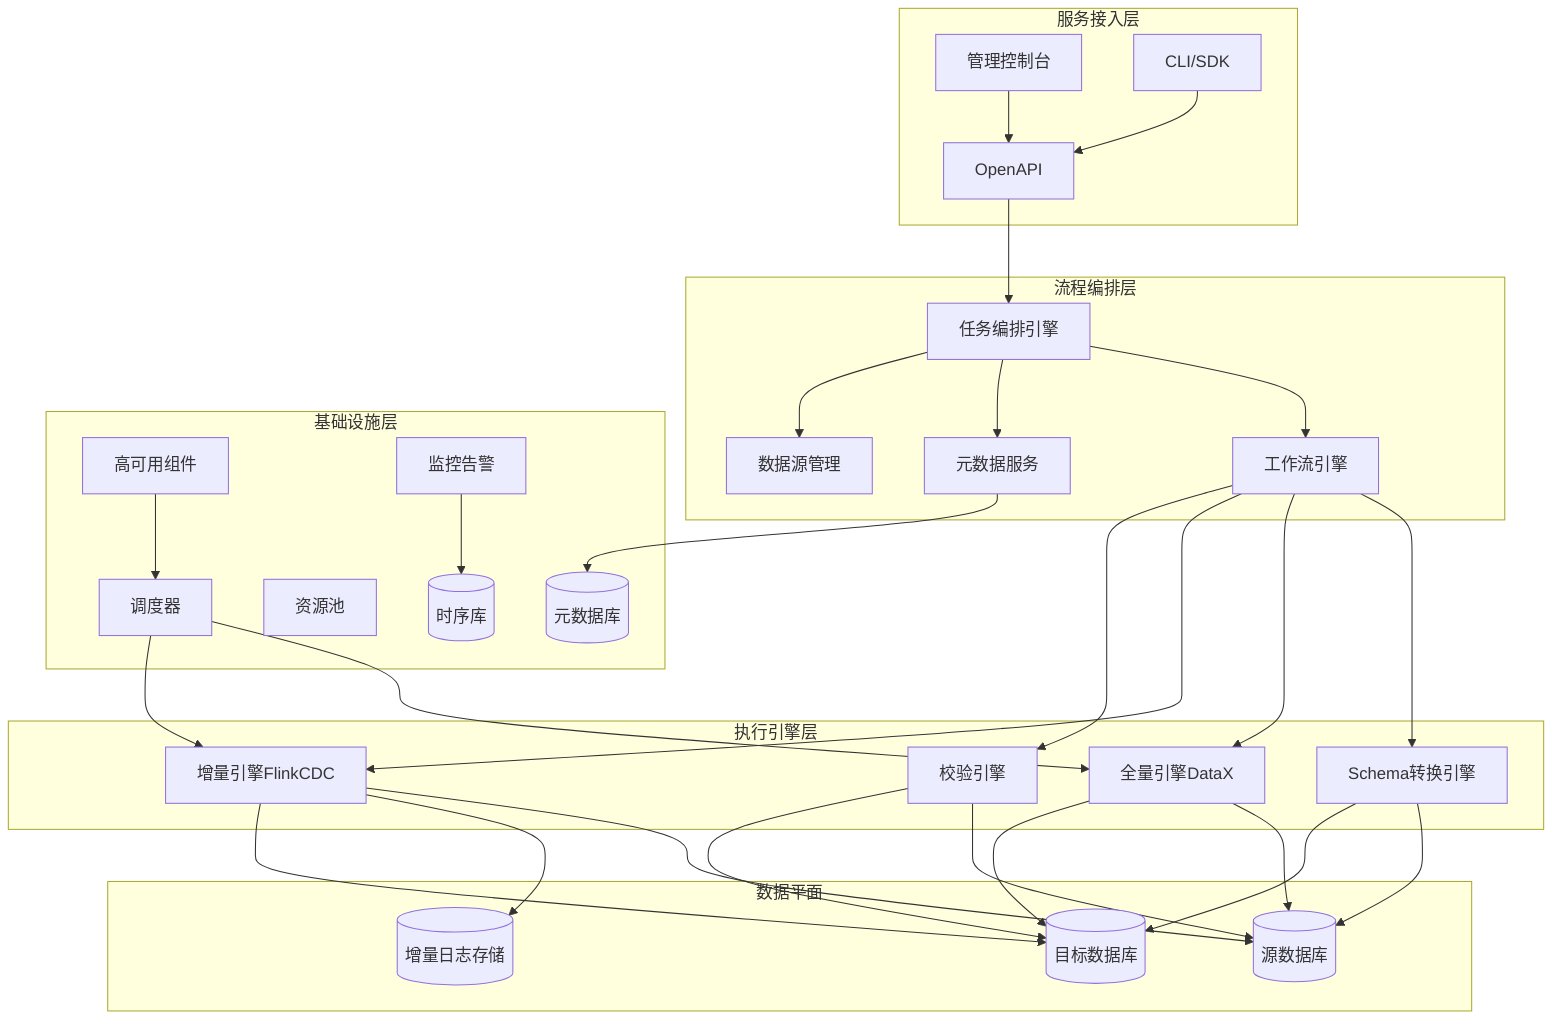
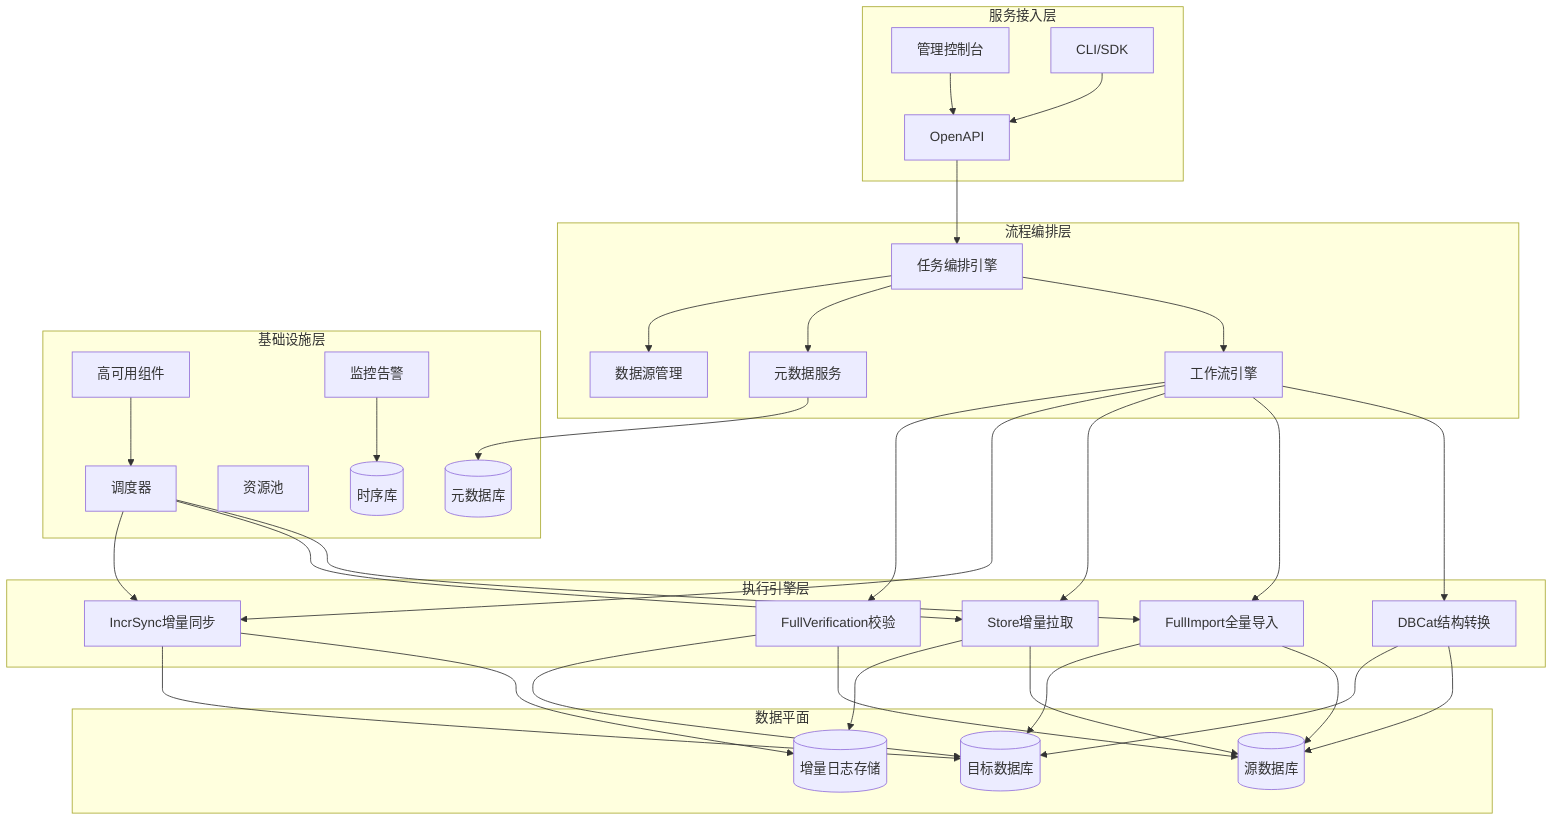
flowchart TB
    subgraph accessLayer [服务接入层]
        Console[管理控制台]
        OpenAPI[OpenAPI]
        CLI[CLI/SDK]
    end

    subgraph orchestrationLayer [流程编排层]
        TaskOrchestrator[任务编排引擎]
        WorkflowEngine[工作流引擎]
        MetaService[元数据服务]
        DatasourceMgr[数据源管理]
    end

    subgraph executionLayer [执行引擎层]
-         SchemaEngine[Schema转换引擎]
-         BatchEngine[全量引擎DataX]
-         StreamEngine[增量引擎FlinkCDC]
-         VerifyEngine[校验引擎]
+         SchemaEngine[DBCat结构转换]
+         FullImport[FullImport全量导入]
+         Store[Store增量拉取]
+         IncrSync[IncrSync增量同步]
+         VerifyEngine[FullVerification校验]
    end

    subgraph infraLayer [基础设施层]
        Scheduler[调度器]
        ResourcePool[资源池]
        HA[高可用组件]
        Monitor[监控告警]
        MetaDB[(元数据库)]
        TSDB[(时序库)]
    end

    subgraph dataPlane [数据平面]
        SourceDB[(源数据库)]
        TargetDB[(目标数据库)]
        LogStore[(增量日志存储)]
    end

    Console --> OpenAPI
    CLI --> OpenAPI
    OpenAPI --> TaskOrchestrator
    TaskOrchestrator --> WorkflowEngine
    WorkflowEngine --> SchemaEngine
-     WorkflowEngine --> BatchEngine
-     WorkflowEngine --> StreamEngine
+     WorkflowEngine --> FullImport
+     WorkflowEngine --> Store
+     WorkflowEngine --> IncrSync
    WorkflowEngine --> VerifyEngine
    TaskOrchestrator --> MetaService
    TaskOrchestrator --> DatasourceMgr
-     Scheduler --> BatchEngine
-     Scheduler --> StreamEngine
+     Scheduler --> FullImport
+     Scheduler --> Store
+     Scheduler --> IncrSync
    SchemaEngine --> SourceDB
    SchemaEngine --> TargetDB
-     BatchEngine --> SourceDB
-     BatchEngine --> TargetDB
-     StreamEngine --> SourceDB
-     StreamEngine --> LogStore
-     StreamEngine --> TargetDB
+     FullImport --> SourceDB
+     FullImport --> TargetDB
+     Store --> SourceDB
+     Store --> LogStore
+     IncrSync --> LogStore
+     IncrSync --> TargetDB
    VerifyEngine --> SourceDB
    VerifyEngine --> TargetDB
    HA --> Scheduler
    Monitor --> TSDB
    MetaService --> MetaDB
